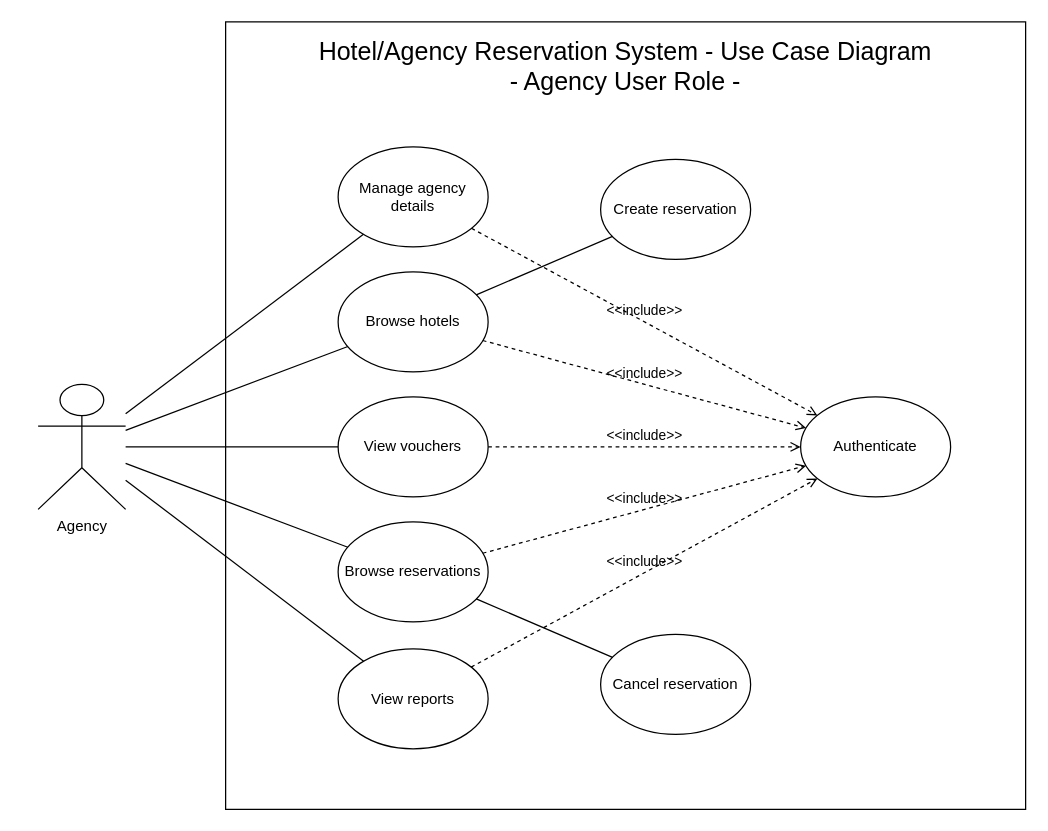
Before: page "agency" (3 of 4) of use_case_diagram.drawio in jawharhmidi02/resrvy_diagrams, a draw.io diagram. Source tidied: cells renumbered, new cells numbered last; positions are measured from the earlier drawing's top-left corner, leaving out a move shared by most shapes. Both pictures are drawn from the tidied source at 125%, with x=0, y=0 at pixel (38, 21).
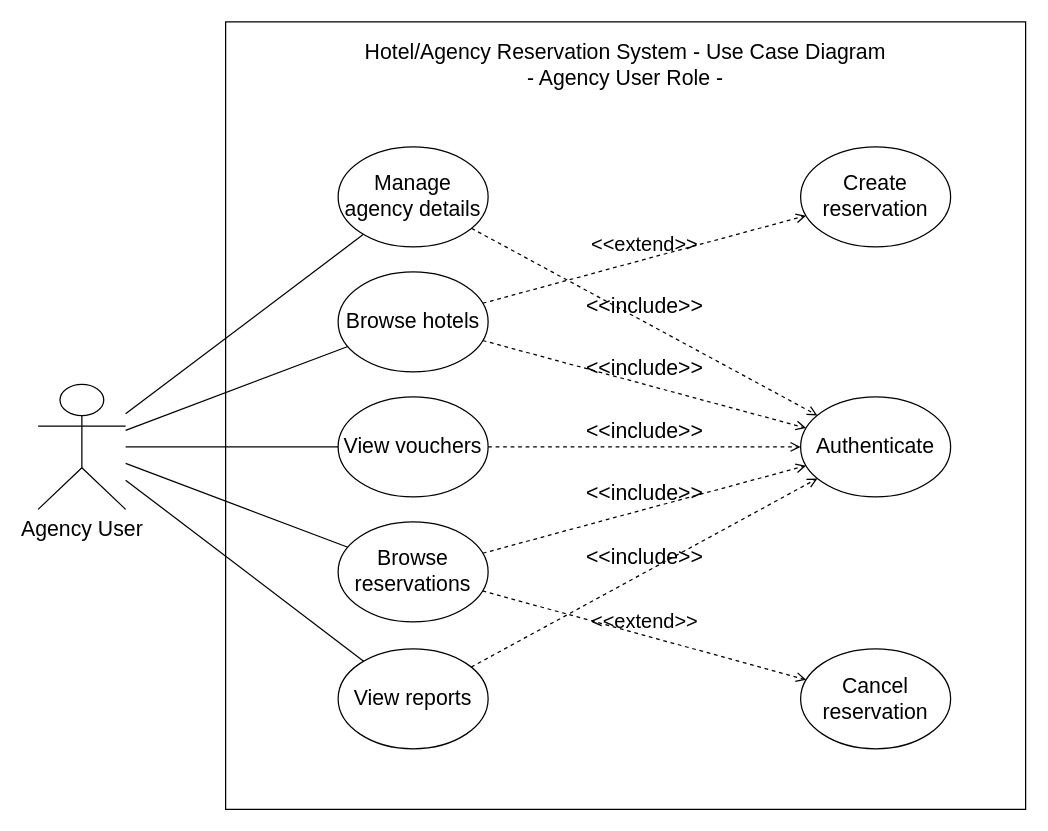
The same diagram, later.

Change to the diagram source:
```diff
@@
-    <mxCell id="2" style="rounded=0;whiteSpace=wrap;html=1;" parent="1" vertex="1">
+    <mxCell id="2" style="rounded=0;whiteSpace=wrap;html=1;fontSize=17;" parent="1" vertex="1">
       <mxGeometry x="150" width="640" height="630" as="geometry" />
     </mxCell>
-    <mxCell id="3" value="Browse reservations" style="ellipse;whiteSpace=wrap;html=1;" parent="1" vertex="1">
+    <mxCell id="3" value="Browse reservations" style="ellipse;whiteSpace=wrap;html=1;fontSize=17;" parent="1" vertex="1">
       <mxGeometry x="240" y="400" width="120" height="80" as="geometry" />
     </mxCell>
-    <mxCell id="4" value="Agency" style="shape=umlActor;verticalLabelPosition=bottom;verticalAlign=top;html=1;outlineConnect=0;" parent="1" vertex="1">
+    <mxCell id="4" value="Agency User" style="shape=umlActor;verticalLabelPosition=bottom;verticalAlign=top;html=1;outlineConnect=0;fontSize=17;" parent="1" vertex="1">
       <mxGeometry y="290" width="70" height="100" as="geometry" />
     </mxCell>
-    <mxCell id="5" value="Authenticate" style="ellipse;whiteSpace=wrap;html=1;" parent="1" vertex="1">
+    <mxCell id="5" value="Authenticate" style="ellipse;whiteSpace=wrap;html=1;fontSize=17;" parent="1" vertex="1">
       <mxGeometry x="610" y="300" width="120" height="80" as="geometry" />
     </mxCell>
-    <mxCell id="6" value="&lt;div&gt;Manage agency details&lt;/div&gt;" style="ellipse;whiteSpace=wrap;html=1;" parent="1" vertex="1">
+    <mxCell id="6" value="&lt;div&gt;Manage agency details&lt;/div&gt;" style="ellipse;whiteSpace=wrap;html=1;fontSize=17;" parent="1" vertex="1">
       <mxGeometry x="240" y="100" width="120" height="80" as="geometry" />
     </mxCell>
-    <mxCell id="7" value="Browse hotels" style="ellipse;whiteSpace=wrap;html=1;" parent="1" vertex="1">
+    <mxCell id="7" value="Browse hotels" style="ellipse;whiteSpace=wrap;html=1;fontSize=17;" parent="1" vertex="1">
       <mxGeometry x="240" y="200" width="120" height="80" as="geometry" />
     </mxCell>
-    <mxCell id="8" value="&amp;lt;&amp;lt;include&amp;gt;&amp;gt;" style="html=1;verticalAlign=bottom;labelBackgroundColor=none;endArrow=open;endFill=0;dashed=1;rounded=0;" parent="1" edge="1" source="17" target="5">
+    <mxCell id="8" value="&amp;lt;&amp;lt;include&amp;gt;&amp;gt;" style="html=1;verticalAlign=bottom;labelBackgroundColor=none;endArrow=open;endFill=0;dashed=1;rounded=0;fontSize=17;" parent="1" edge="1" source="17" target="5">
       <mxGeometry relative="1" as="geometry" />
     </mxCell>
-    <mxCell id="9" value="&amp;lt;&amp;lt;include&amp;gt;&amp;gt;" style="html=1;verticalAlign=bottom;labelBackgroundColor=none;endArrow=open;endFill=0;dashed=1;rounded=0;" parent="1" edge="1" source="3" target="5">
+    <mxCell id="9" value="&amp;lt;&amp;lt;include&amp;gt;&amp;gt;" style="html=1;verticalAlign=bottom;labelBackgroundColor=none;endArrow=open;endFill=0;dashed=1;rounded=0;fontSize=17;" parent="1" edge="1" source="3" target="5">
       <mxGeometry relative="1" as="geometry" />
     </mxCell>
-    <mxCell id="10" value="&amp;lt;&amp;lt;include&amp;gt;&amp;gt;" style="html=1;verticalAlign=bottom;labelBackgroundColor=none;endArrow=open;endFill=0;dashed=1;rounded=0;" parent="1" edge="1" source="7" target="5">
+    <mxCell id="10" value="&amp;lt;&amp;lt;include&amp;gt;&amp;gt;" style="html=1;verticalAlign=bottom;labelBackgroundColor=none;endArrow=open;endFill=0;dashed=1;rounded=0;fontSize=17;" parent="1" edge="1" source="7" target="5">
       <mxGeometry relative="1" as="geometry" />
     </mxCell>
-    <mxCell id="11" value="Cancel reservation" style="ellipse;whiteSpace=wrap;html=1;" parent="1" vertex="1">
-      <mxGeometry x="450" y="490" width="120" height="80" as="geometry" />
+    <mxCell id="11" value="Cancel reservation" style="ellipse;whiteSpace=wrap;html=1;fontSize=17;" parent="1" vertex="1">
+      <mxGeometry x="610" y="501.5" width="120" height="80" as="geometry" />
     </mxCell>
-    <mxCell id="12" style="endArrow=none;html=1;rounded=0;" parent="1" edge="1" source="3" target="11">
-      <mxGeometry relative="1" as="geometry" />
-    </mxCell>
-    <mxCell id="13" value="Create reservation" style="ellipse;whiteSpace=wrap;html=1;" parent="1" vertex="1">
-      <mxGeometry x="450" y="110" width="120" height="80" as="geometry" />
+    <mxCell id="13" value="Create reservation" style="ellipse;whiteSpace=wrap;html=1;fontSize=17;" parent="1" vertex="1">
+      <mxGeometry x="610" y="100" width="120" height="80" as="geometry" />
     </mxCell>
-    <mxCell id="14" style="endArrow=none;html=1;rounded=0;" parent="1" edge="1" source="7" target="13">
-      <mxGeometry relative="1" as="geometry" />
-    </mxCell>
-    <mxCell id="15" value="View reports" style="ellipse;whiteSpace=wrap;html=1;" parent="1" vertex="1">
+    <mxCell id="15" value="View reports" style="ellipse;whiteSpace=wrap;html=1;fontSize=17;" parent="1" vertex="1">
       <mxGeometry x="240" y="501.5" width="120" height="80" as="geometry" />
     </mxCell>
-    <mxCell id="16" value="&amp;lt;&amp;lt;include&amp;gt;&amp;gt;" style="html=1;verticalAlign=bottom;labelBackgroundColor=none;endArrow=open;endFill=0;dashed=1;rounded=0;" parent="1" edge="1" source="6" target="5">
+    <mxCell id="16" value="&amp;lt;&amp;lt;include&amp;gt;&amp;gt;" style="html=1;verticalAlign=bottom;labelBackgroundColor=none;endArrow=open;endFill=0;dashed=1;rounded=0;fontSize=17;" parent="1" edge="1" source="6" target="5">
       <mxGeometry relative="1" as="geometry" />
     </mxCell>
-    <mxCell id="17" value="View vouchers" style="ellipse;whiteSpace=wrap;html=1;" parent="1" vertex="1">
+    <mxCell id="17" value="View vouchers" style="ellipse;whiteSpace=wrap;html=1;fontSize=17;" parent="1" vertex="1">
       <mxGeometry x="240" y="300" width="120" height="80" as="geometry" />
     </mxCell>
-    <mxCell id="18" value="&lt;div&gt;&lt;font style=&quot;font-size: 20px;&quot;&gt;Hotel/Agency Reservation System - Use Case Diagram&lt;/font&gt;&lt;/div&gt;&lt;div&gt;&lt;font style=&quot;font-size: 20px;&quot;&gt;- Agency User Role -&lt;/font&gt;&lt;/div&gt;" style="text;html=1;align=center;verticalAlign=middle;whiteSpace=wrap;rounded=0;" parent="1" vertex="1">
+    <mxCell id="18" value="&lt;div&gt;&lt;font&gt;Hotel/Agency Reservation System - Use Case Diagram&lt;/font&gt;&lt;/div&gt;&lt;div&gt;&lt;font&gt;- Agency User Role -&lt;/font&gt;&lt;/div&gt;" style="text;html=1;align=center;verticalAlign=middle;whiteSpace=wrap;rounded=0;fontSize=17;" parent="1" vertex="1">
       <mxGeometry x="150" y="10" width="640" height="50" as="geometry" />
     </mxCell>
-    <mxCell id="19" value="&amp;lt;&amp;lt;include&amp;gt;&amp;gt;" style="html=1;verticalAlign=bottom;labelBackgroundColor=none;endArrow=open;endFill=0;dashed=1;rounded=0;" parent="1" edge="1" source="15" target="5">
+    <mxCell id="19" value="&amp;lt;&amp;lt;include&amp;gt;&amp;gt;" style="html=1;verticalAlign=bottom;labelBackgroundColor=none;endArrow=open;endFill=0;dashed=1;rounded=0;fontSize=17;" parent="1" edge="1" source="15" target="5">
       <mxGeometry relative="1" as="geometry" />
     </mxCell>
-    <mxCell id="20" style="endArrow=none;html=1;rounded=0;" parent="1" edge="1" source="4" target="15">
+    <mxCell id="20" style="endArrow=none;html=1;rounded=0;fontSize=17;" parent="1" edge="1" source="4" target="15">
       <mxGeometry relative="1" as="geometry" />
     </mxCell>
-    <mxCell id="21" style="endArrow=none;html=1;rounded=0;" parent="1" edge="1" source="4" target="17">
+    <mxCell id="21" style="endArrow=none;html=1;rounded=0;fontSize=17;" parent="1" edge="1" source="4" target="17">
       <mxGeometry relative="1" as="geometry" />
     </mxCell>
-    <mxCell id="22" style="endArrow=none;html=1;rounded=0;" parent="1" edge="1" source="4" target="3">
+    <mxCell id="22" style="endArrow=none;html=1;rounded=0;fontSize=17;" parent="1" edge="1" source="4" target="3">
       <mxGeometry relative="1" as="geometry" />
     </mxCell>
-    <mxCell id="23" style="endArrow=none;html=1;rounded=0;" parent="1" edge="1" source="4" target="7">
+    <mxCell id="23" style="endArrow=none;html=1;rounded=0;fontSize=17;" parent="1" edge="1" source="4" target="7">
       <mxGeometry relative="1" as="geometry" />
     </mxCell>
-    <mxCell id="24" style="endArrow=none;html=1;rounded=0;" parent="1" edge="1" source="4" target="6">
+    <mxCell id="24" style="endArrow=none;html=1;rounded=0;fontSize=17;" parent="1" edge="1" source="4" target="6">
       <mxGeometry relative="1" as="geometry" />
     </mxCell>
+    <mxCell id="14" value="&amp;lt;&amp;lt;extend&amp;gt;&amp;gt;" style="html=1;verticalAlign=bottom;labelBackgroundColor=none;endArrow=open;endFill=0;dashed=1;rounded=0;fontSize=16;" parent="1" edge="1" source="7" target="13">
+      <mxGeometry relative="1" as="geometry" />
+    </mxCell>
+    <mxCell id="12" value="&amp;lt;&amp;lt;extend&amp;gt;&amp;gt;" style="html=1;verticalAlign=bottom;labelBackgroundColor=none;endArrow=open;endFill=0;dashed=1;rounded=0;fontSize=16;" parent="1" edge="1" source="3" target="11">
+      <mxGeometry relative="1" as="geometry" />
+    </mxCell>
```
